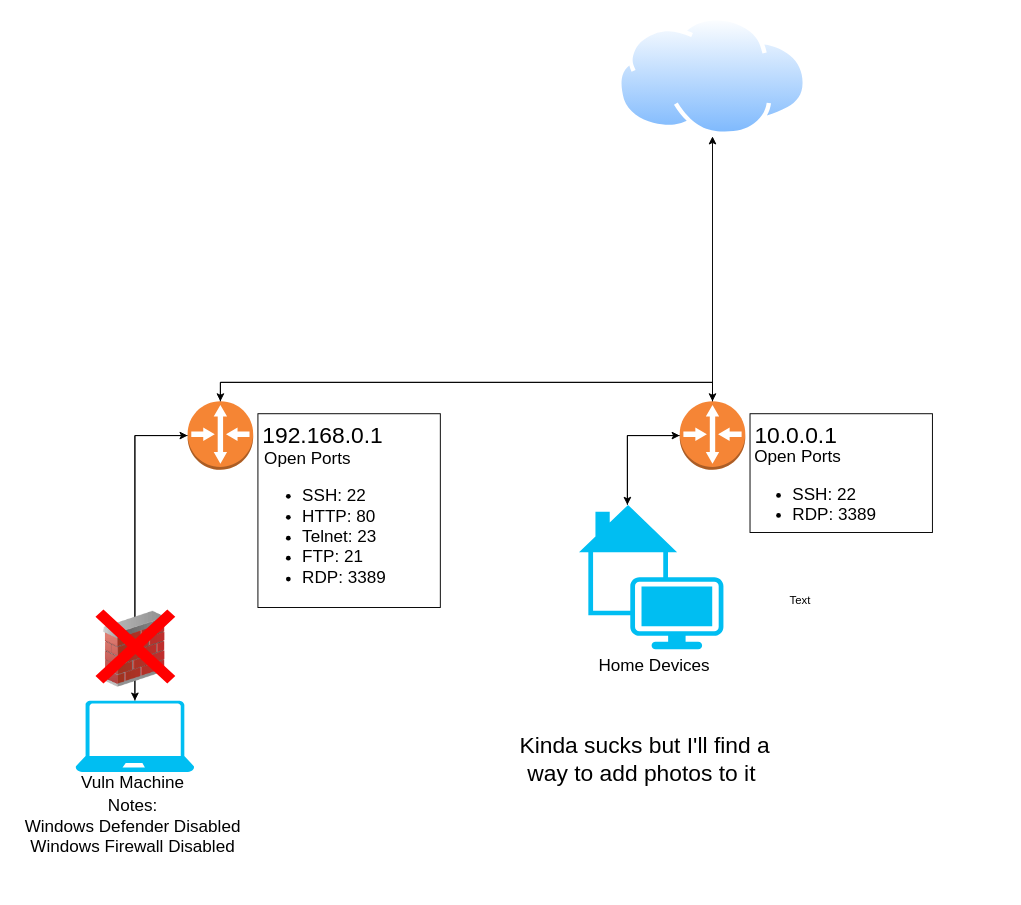
Earlier version of the draw.io diagram Client_Setup/SimpleNetDiagram.drawio (fath3rl0s/SOC_ACC_24). Source tidied: cells renumbered, new cells numbered last; positions are measured from the earlier drawing's top-left corner, leaving out a move shared by most shapes. Both pictures are drawn from the tidied source at 95%, with x=0, y=0 at pixel (15, 16).
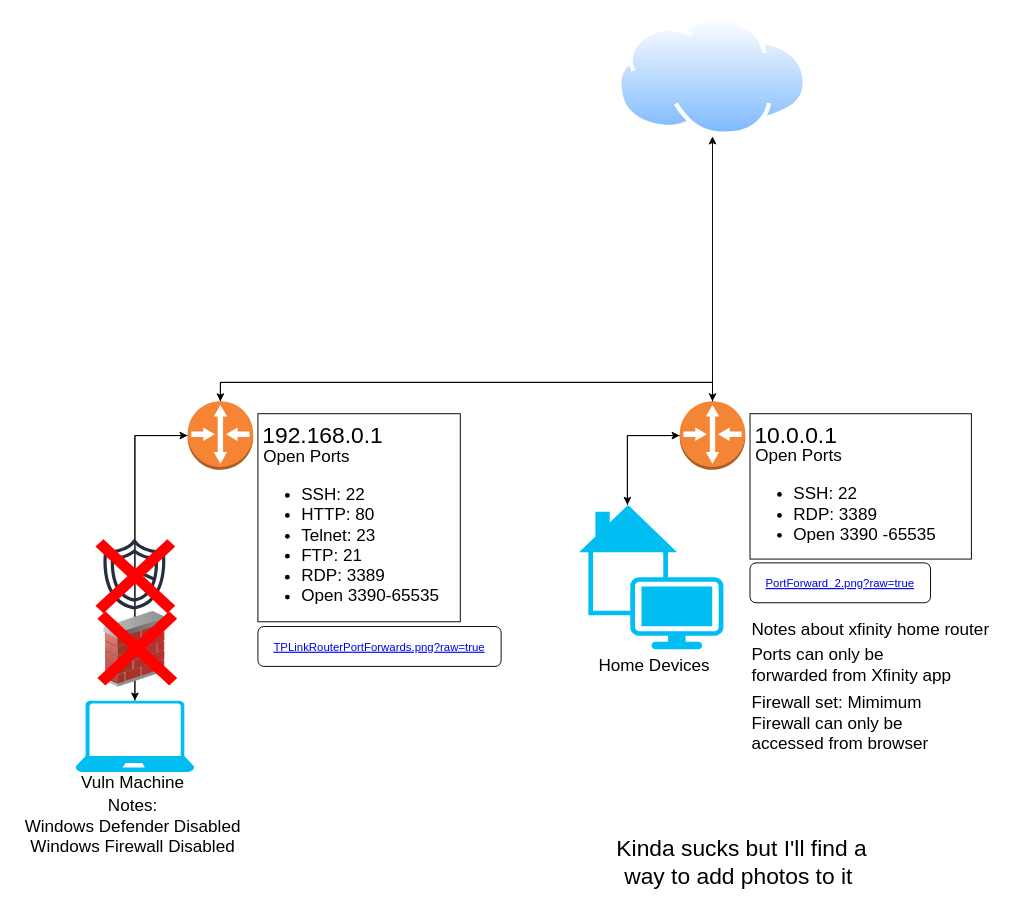
The same diagram, later.

What changed in the source:
```diff
@@
     <mxCell id="2" style="rounded=0;whiteSpace=wrap;html=1;" parent="1" vertex="1">
-      <mxGeometry x="773" y="418" width="192" height="125" as="geometry" />
+      <mxGeometry x="773" y="418" width="233" height="153" as="geometry" />
     </mxCell>
     <mxCell id="3" style="rounded=0;whiteSpace=wrap;html=1;" parent="1" vertex="1">
-      <mxGeometry x="255" y="418" width="192" height="204" as="geometry" />
+      <mxGeometry x="255" y="418" width="213" height="219" as="geometry" />
     </mxCell>
@@
-    <mxCell id="10" value="&lt;font style=&quot;font-size: 18px;&quot;&gt;Open Ports&lt;br&gt;&lt;ul&gt;&lt;li&gt;&lt;font style=&quot;font-size: 18px;&quot;&gt;SSH: 22&lt;/font&gt;&lt;/li&gt;&lt;li&gt;&lt;font style=&quot;font-size: 18px;&quot;&gt;HTTP: 80&lt;/font&gt;&lt;/li&gt;&lt;li&gt;&lt;font style=&quot;font-size: 18px;&quot;&gt;Telnet: 23&lt;/font&gt;&lt;/li&gt;&lt;li&gt;FTP: 21&lt;/li&gt;&lt;li&gt;RDP: 3389&lt;/li&gt;&lt;/ul&gt;&lt;/font&gt;" style="text;html=1;align=left;verticalAlign=middle;strokeColor=none;fillColor=none;" parent="1" vertex="1">
-      <mxGeometry x="260" y="448" width="146" height="178" as="geometry" />
+    <mxCell id="10" value="&lt;font style=&quot;font-size: 18px;&quot;&gt;Open Ports&lt;br&gt;&lt;ul&gt;&lt;li&gt;&lt;font style=&quot;font-size: 18px;&quot;&gt;SSH: 22&lt;/font&gt;&lt;/li&gt;&lt;li&gt;&lt;font style=&quot;font-size: 18px;&quot;&gt;HTTP: 80&lt;/font&gt;&lt;/li&gt;&lt;li&gt;&lt;font style=&quot;font-size: 18px;&quot;&gt;Telnet: 23&lt;/font&gt;&lt;/li&gt;&lt;li&gt;FTP: 21&lt;/li&gt;&lt;li&gt;RDP: 3389&lt;/li&gt;&lt;li&gt;Open 3390-65535&lt;/li&gt;&lt;/ul&gt;&lt;/font&gt;" style="text;html=1;align=left;verticalAlign=middle;strokeColor=none;fillColor=none;" parent="1" vertex="1">
+      <mxGeometry x="259" y="446" width="203" height="199" as="geometry" />
     </mxCell>
-    <mxCell id="11" value="&lt;font style=&quot;font-size: 18px;&quot;&gt;Open Ports&lt;br&gt;&lt;ul&gt;&lt;li&gt;&lt;font style=&quot;font-size: 18px;&quot;&gt;SSH: 22&lt;/font&gt;&lt;/li&gt;&lt;li&gt;RDP: 3389&lt;/li&gt;&lt;/ul&gt;&lt;/font&gt;" style="text;html=1;align=left;verticalAlign=middle;strokeColor=none;fillColor=none;" parent="1" vertex="1">
-      <mxGeometry x="776" y="446" width="146" height="113" as="geometry" />
+    <mxCell id="11" value="&lt;font style=&quot;font-size: 18px;&quot;&gt;Open Ports&lt;br&gt;&lt;ul&gt;&lt;li&gt;&lt;font style=&quot;font-size: 18px;&quot;&gt;SSH: 22&lt;/font&gt;&lt;/li&gt;&lt;li&gt;RDP: 3389&lt;/li&gt;&lt;li&gt;Open 3390 -65535&lt;/li&gt;&lt;/ul&gt;&lt;/font&gt;" style="text;html=1;align=left;verticalAlign=middle;strokeColor=none;fillColor=none;" parent="1" vertex="1">
+      <mxGeometry x="777" y="446" width="208" height="134" as="geometry" />
     </mxCell>
@@
     <mxCell id="23" style="shape=mxgraph.mockup.markup.redX;fillColor=#ff0000;html=1;shadow=0;whiteSpace=wrap;strokeColor=none;" parent="1" vertex="1">
-      <mxGeometry x="84" y="624" width="84" height="78" as="geometry" />
+      <mxGeometry x="86" y="626" width="84" height="78" as="geometry" />
     </mxCell>
@@
-    <mxCell id="25" value="Text" style="text;html=1;align=center;verticalAlign=middle;whiteSpace=wrap;rounded=0;" parent="1" vertex="1">
-      <mxGeometry x="796" y="600" width="60" height="30" as="geometry" />
-    </mxCell>
     <mxCell id="26" value="&lt;font style=&quot;font-size: 24px;&quot;&gt;Kinda sucks but I'll find a way to add photos to it&amp;nbsp;&lt;/font&gt;" style="text;html=1;align=center;verticalAlign=middle;whiteSpace=wrap;rounded=0;" parent="1" vertex="1">
-      <mxGeometry x="516" y="767" width="293" height="30" as="geometry" />
+      <mxGeometry x="618" y="875" width="293" height="30" as="geometry" />
     </mxCell>
+    <mxCell id="27" value="&lt;span style=&quot;font-size: 18px;&quot;&gt;Ports can only be &lt;br&gt;forwarded from Xfinity app&lt;/span&gt;" style="text;html=1;align=left;verticalAlign=middle;strokeColor=none;fillColor=none;" parent="1" vertex="1">
+      <mxGeometry x="773" y="655" width="228" height="55" as="geometry" />
+    </mxCell>
+    <mxCell id="28" value="&lt;span style=&quot;font-size: 18px;&quot;&gt;Firewall set: Mimimum&lt;br&gt;Firewall can only be &lt;br&gt;accessed from browser&lt;/span&gt;" style="text;html=1;align=left;verticalAlign=middle;strokeColor=none;fillColor=none;" parent="1" vertex="1">
+      <mxGeometry x="773" y="705" width="204" height="77" as="geometry" />
+    </mxCell>
+    <mxCell id="29" value="&lt;font style=&quot;font-size: 18px;&quot;&gt;Notes about xfinity home router&lt;/font&gt;" style="text;html=1;align=left;verticalAlign=middle;strokeColor=none;fillColor=none;" parent="1" vertex="1">
+      <mxGeometry x="773" y="628" width="268" height="34" as="geometry" />
+    </mxCell>
+    <mxCell id="30" style="sketch=0;fontColor=#232F3E;gradientColor=none;fillColor=#232F3D;strokeColor=none;dashed=0;verticalLabelPosition=bottom;verticalAlign=top;align=center;html=1;fontSize=12;fontStyle=0;shape=mxgraph.aws4.shield2;" parent="1" vertex="1">
+      <mxGeometry x="86" y="548" width="78" height="78" as="geometry" />
+    </mxCell>
+    <mxCell id="31" style="shape=mxgraph.mockup.markup.redX;fillColor=#ff0000;html=1;shadow=0;whiteSpace=wrap;strokeColor=none;" parent="1" vertex="1">
+      <mxGeometry x="84" y="550" width="84" height="78" as="geometry" />
+    </mxCell>
+    <mxCell id="32" value="TPLinkRouterPortForwards.png?raw=true" style="fontColor=#0000EE;fontStyle=4;rounded=1;overflow=hidden;spacing=10;" parent="1" vertex="1">
+      <mxGeometry x="255" y="642" width="256" height="42" as="geometry" />
+    </mxCell>
+    <mxCell id="33" value="PortForward_2.png?raw=true" style="fontColor=#0000EE;fontStyle=4;rounded=1;overflow=hidden;spacing=10;" parent="1" vertex="1">
+      <mxGeometry x="773" y="575" width="190" height="42" as="geometry" />
+    </mxCell>
```
